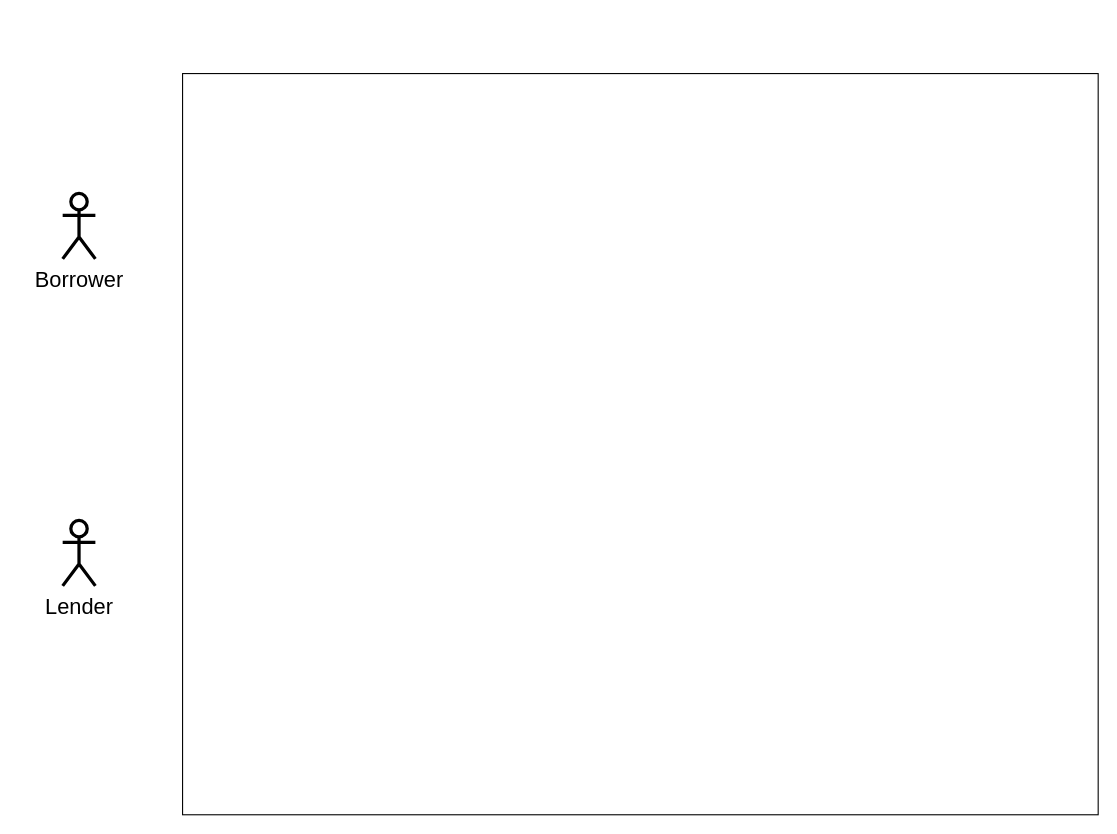
Earlier version of the draw.io diagram Diagrams/SKY-P2P-UCD.drawio (SQU3AKERS/Sky-P2P). Source tidied: cells renumbered, new cells numbered last; positions are measured from the earlier drawing's top-left corner, leaving out a move shared by most shapes. Both pictures are drawn from the tidied source at 109%, with x=0, y=0 at pixel (62, 73).
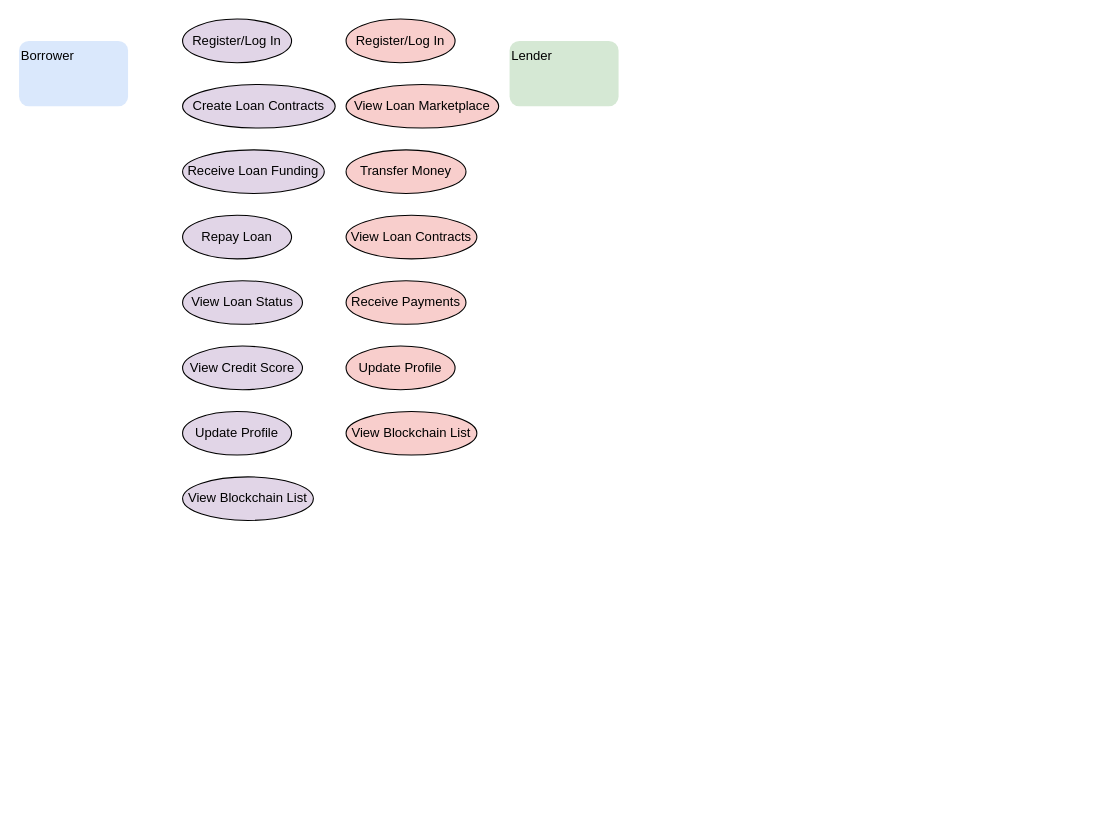
The same diagram, later.

Change to the diagram source:
```diff
@@
 <mxGraphModel>
   <root>
     <mxCell id="0" />
     <mxCell id="1" parent="0" />
-    <mxCell id="2" style="rounded=0;whiteSpace=wrap;html=1;" parent="1" vertex="1">
-      <mxGeometry x="110" width="840" height="680" as="geometry" />
-    </mxCell>
-    <mxCell id="3" value="Borrower" style="shape=umlActor;verticalLabelPosition=bottom;verticalAlign=top;html=1;strokeWidth=3;fontSize=20;labelBackgroundColor=default;" parent="1" vertex="1">
-      <mxGeometry y="110" width="30" height="60" as="geometry" />
+    <mxCell id="3" value="Borrower" style="text;html=1;rounded=1;whiteSpace=wrap;fillColor=#dae8fc;" parent="1" vertex="1">
+      <mxGeometry x="-40" y="-30" width="100" height="60" as="geometry" />
     </mxCell>
+    <mxCell id="5" value="Register/Log In" style="ellipse;html=1;whiteSpace=wrap;fillColor=#e1d5e7;" parent="1" vertex="1">
+      <mxGeometry x="110" y="-50" width="100" height="40" as="geometry" />
+    </mxCell>
+    <mxCell id="6" value="Create Loan Contracts" style="ellipse;html=1;whiteSpace=wrap;fillColor=#e1d5e7;" parent="1" vertex="1">
+      <mxGeometry x="110" y="10" width="140" height="40" as="geometry" />
+    </mxCell>
+    <mxCell id="7" value="Receive Loan Funding" style="ellipse;html=1;whiteSpace=wrap;fillColor=#e1d5e7;" parent="1" vertex="1">
+      <mxGeometry x="110" y="70" width="130" height="40" as="geometry" />
+    </mxCell>
+    <mxCell id="8" value="Repay Loan" style="ellipse;html=1;whiteSpace=wrap;fillColor=#e1d5e7;" parent="1" vertex="1">
+      <mxGeometry x="110" y="130" width="100" height="40" as="geometry" />
+    </mxCell>
+    <mxCell id="9" value="View Loan Status" style="ellipse;html=1;whiteSpace=wrap;fillColor=#e1d5e7;" parent="1" vertex="1">
+      <mxGeometry x="110" y="190" width="110" height="40" as="geometry" />
+    </mxCell>
+    <mxCell id="10" value="View Credit Score" style="ellipse;html=1;whiteSpace=wrap;fillColor=#e1d5e7;" parent="1" vertex="1">
+      <mxGeometry x="110" y="250" width="110" height="40" as="geometry" />
+    </mxCell>
+    <mxCell id="11" value="Update Profile" style="ellipse;html=1;whiteSpace=wrap;fillColor=#e1d5e7;" parent="1" vertex="1">
+      <mxGeometry x="110" y="310" width="100" height="40" as="geometry" />
+    </mxCell>
+    <mxCell id="12" value="View Blockchain List" style="ellipse;html=1;whiteSpace=wrap;fillColor=#e1d5e7;" parent="1" vertex="1">
+      <mxGeometry x="110" y="370" width="120" height="40" as="geometry" />
+    </mxCell>
-    <mxCell id="4" value="Lender" style="shape=umlActor;verticalLabelPosition=bottom;verticalAlign=top;html=1;strokeWidth=3;fontSize=20;labelBackgroundColor=default;" parent="1" vertex="1">
-      <mxGeometry y="410" width="30" height="60" as="geometry" />
+    <mxCell id="4" value="Lender" style="text;html=1;rounded=1;whiteSpace=wrap;fillColor=#d5e8d4;" parent="1" vertex="1">
+      <mxGeometry x="410" y="-30" width="100" height="60" as="geometry" />
     </mxCell>
+    <mxCell id="13" value="Register/Log In" style="ellipse;html=1;whiteSpace=wrap;fillColor=#f8cecc;" parent="1" vertex="1">
+      <mxGeometry x="260" y="-50" width="100" height="40" as="geometry" />
+    </mxCell>
+    <mxCell id="14" value="View Loan Marketplace" style="ellipse;html=1;whiteSpace=wrap;fillColor=#f8cecc;" parent="1" vertex="1">
+      <mxGeometry x="260" y="10" width="140" height="40" as="geometry" />
+    </mxCell>
+    <mxCell id="15" value="Transfer Money" style="ellipse;html=1;whiteSpace=wrap;fillColor=#f8cecc;" parent="1" vertex="1">
+      <mxGeometry x="260" y="70" width="110" height="40" as="geometry" />
+    </mxCell>
+    <mxCell id="16" value="View Loan Contracts" style="ellipse;html=1;whiteSpace=wrap;fillColor=#f8cecc;" parent="1" vertex="1">
+      <mxGeometry x="260" y="130" width="120" height="40" as="geometry" />
+    </mxCell>
+    <mxCell id="17" value="Receive Payments" style="ellipse;html=1;whiteSpace=wrap;fillColor=#f8cecc;" parent="1" vertex="1">
+      <mxGeometry x="260" y="190" width="110" height="40" as="geometry" />
+    </mxCell>
+    <mxCell id="18" value="Update Profile" style="ellipse;html=1;whiteSpace=wrap;fillColor=#f8cecc;" parent="1" vertex="1">
+      <mxGeometry x="260" y="250" width="100" height="40" as="geometry" />
+    </mxCell>
+    <mxCell id="19" value="View Blockchain List" style="ellipse;html=1;whiteSpace=wrap;fillColor=#f8cecc;" parent="1" vertex="1">
+      <mxGeometry x="260" y="310" width="120" height="40" as="geometry" />
+    </mxCell>
   </root>
 </mxGraphModel>
```
